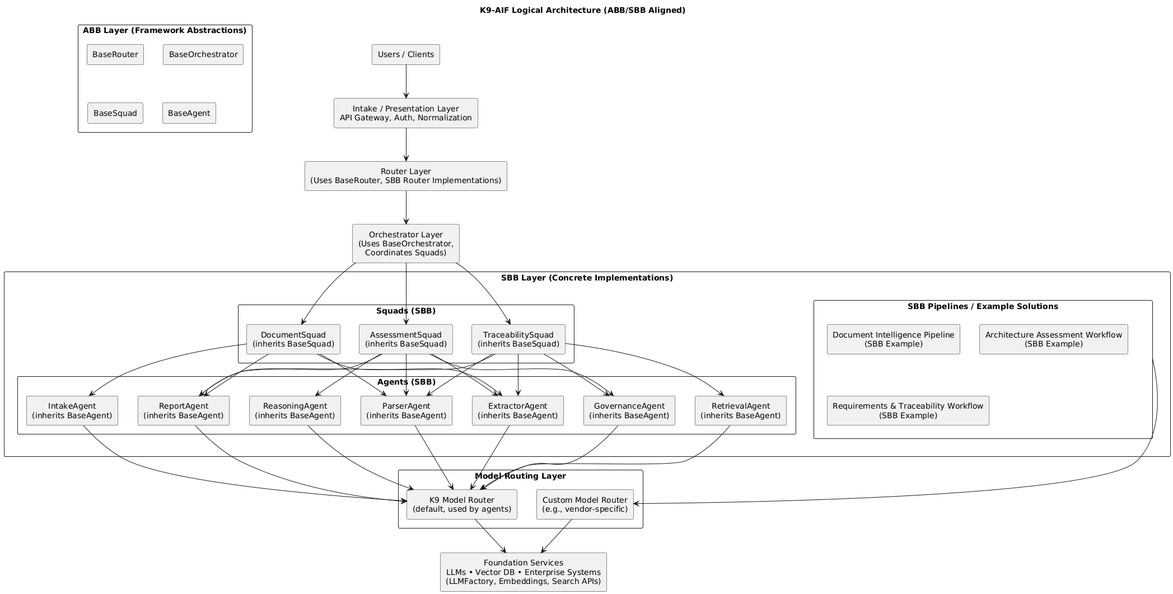
k9aif/doit keeps this PlantUML diagram as images/k9-aif-architecture.png. Above is the earlier version.
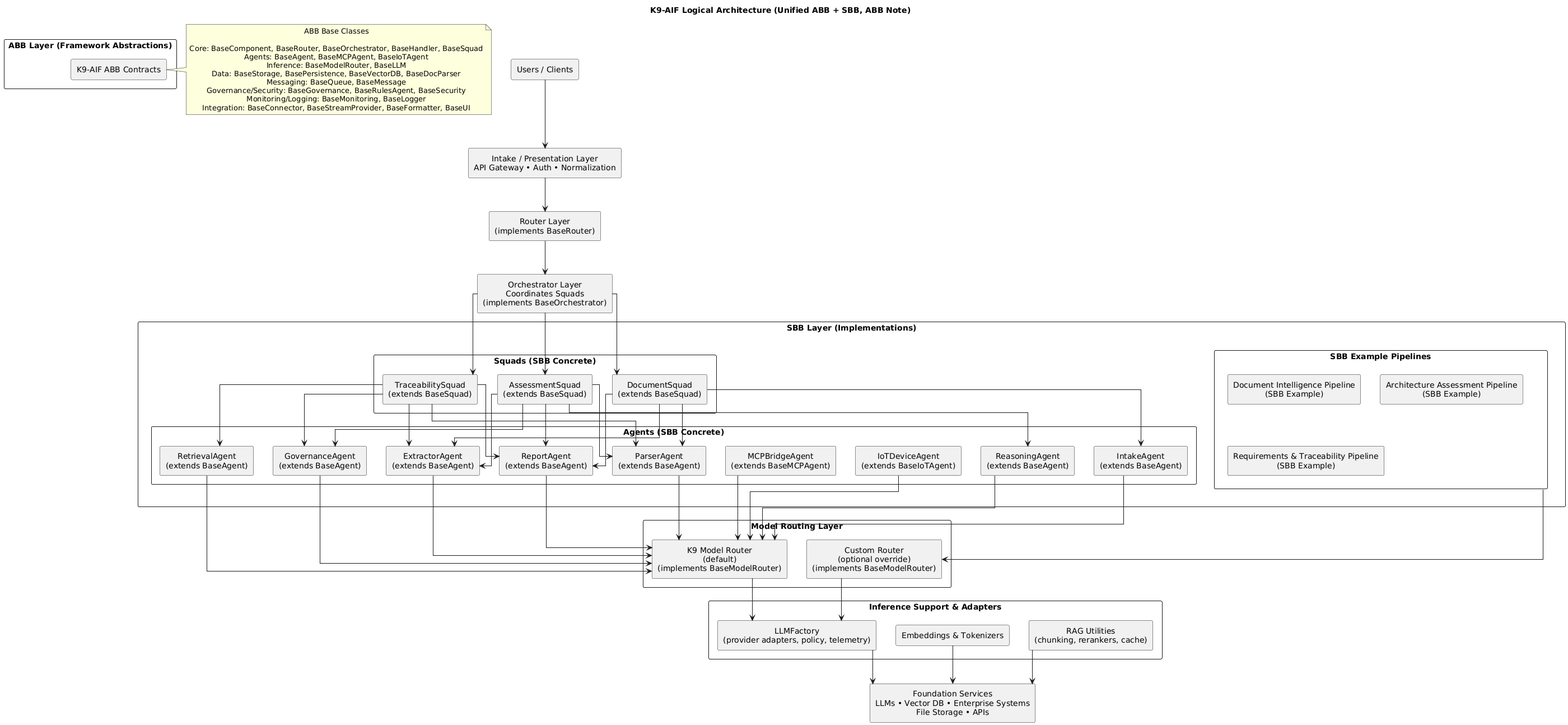
Above is the later version.

Diff of the diagram source:
```diff
@@ -3,59 +3,66 @@
 skinparam shadowing false
 skinparam defaultTextAlignment center
 skinparam packageStyle rectangle
+skinparam linetype ortho
 
-title K9‑AIF Logical Architecture (ABB/SBB Aligned)
+title K9‑AIF Logical Architecture (Unified ABB + SBB, ABB Note)
 
 rectangle "Users / Clients" as Users
-
-rectangle "Intake / Presentation Layer\nAPI Gateway, Auth, Normalization" as Intake
-
-rectangle "Router Layer\n(Uses BaseRouter, SBB Router Implementations)" as Router
-
-rectangle "Orchestrator Layer\n(Uses BaseOrchestrator,\nCoordinates Squads)" as Orchestrator
-
+rectangle "Intake / Presentation Layer\nAPI Gateway • Auth • Normalization" as Intake
+rectangle "Router Layer\n(implements BaseRouter)" as Router
+rectangle "Orchestrator Layer\nCoordinates Squads\n(implements BaseOrchestrator)" as Orchestrator
 
 package "ABB Layer (Framework Abstractions)" as ABB {
-    rectangle "BaseRouter" as ABB_Router
-    rectangle "BaseOrchestrator" as ABB_Orchestrator
-    rectangle "BaseSquad" as ABB_Squad
-    rectangle "BaseAgent" as ABB_Agent
+  rectangle "K9‑AIF ABB Contracts" as ABBContracts
+}
+note right of ABBContracts
+  ABB Base Classes
+
+  Core: BaseComponent, BaseRouter, BaseOrchestrator, BaseHandler, BaseSquad
+  Agents: BaseAgent, BaseMCPAgent, BaseIoTAgent
+  Inference: BaseModelRouter, BaseLLM
+  Data: BaseStorage, BasePersistence, BaseVectorDB, BaseDocParser
+  Messaging: BaseQueue, BaseMessage
+  Governance/Security: BaseGovernance, BaseRulesAgent, BaseSecurity
+  Monitoring/Logging: BaseMonitoring, BaseLogger
+  Integration: BaseConnector, BaseStreamProvider, BaseFormatter, BaseUI
+end note
+
+package "SBB Layer (Implementations)" as SBB {
+  package "Squads (SBB Concrete)" as SBB_Squads {
+    rectangle "DocumentSquad\n(extends BaseSquad)" as Squad1
+    rectangle "AssessmentSquad\n(extends BaseSquad)" as Squad2
+    rectangle "TraceabilitySquad\n(extends BaseSquad)" as Squad3
+  }
+  package "Agents (SBB Concrete)" as SBB_Agents {
+    rectangle "IntakeAgent\n(extends BaseAgent)" as A1
+    rectangle "ParserAgent\n(extends BaseAgent)" as A2
+    rectangle "ExtractorAgent\n(extends BaseAgent)" as A3
+    rectangle "ReasoningAgent\n(extends BaseAgent)" as A4
+    rectangle "RetrievalAgent\n(extends BaseAgent)" as A5
+    rectangle "GovernanceAgent\n(extends BaseAgent)" as A6
+    rectangle "ReportAgent\n(extends BaseAgent)" as A7
+    rectangle "MCPBridgeAgent\n(extends BaseMCPAgent)" as A_MCP
+    rectangle "IoTDeviceAgent\n(extends BaseIoTAgent)" as A_IoT
+  }
+  package "SBB Example Pipelines" as Pipelines {
+    rectangle "Document Intelligence Pipeline\n(SBB Example)" as SBB1
+    rectangle "Architecture Assessment Pipeline\n(SBB Example)" as SBB2
+    rectangle "Requirements & Traceability Pipeline\n(SBB Example)" as SBB3
+  }
 }
 
-
-package "SBB Layer (Concrete Implementations)" as SBB {
-
-    package "Squads (SBB)" as Squads {
-        rectangle "DocumentSquad\n(inherits BaseSquad)" as Squad1
-        rectangle "AssessmentSquad\n(inherits BaseSquad)" as Squad2
-        rectangle "TraceabilitySquad\n(inherits BaseSquad)" as Squad3
-    }
-
-    package "Agents (SBB)" as Agents {
-        rectangle "IntakeAgent\n(inherits BaseAgent)" as A1
-        rectangle "ParserAgent\n(inherits BaseAgent)" as A2
-        rectangle "ExtractorAgent\n(inherits BaseAgent)" as A3
-        rectangle "ReasoningAgent\n(inherits BaseAgent)" as A4
-        rectangle "RetrievalAgent\n(inherits BaseAgent)" as A5
-        rectangle "GovernanceAgent\n(inherits BaseAgent)" as A6
-        rectangle "ReportAgent\n(inherits BaseAgent)" as A7
-    }
-
-    package "SBB Pipelines / Example Solutions" as Pipelines {
-        rectangle "Document Intelligence Pipeline\n(SBB Example)" as SBB1
-        rectangle "Architecture Assessment Workflow\n(SBB Example)" as SBB2
-        rectangle "Requirements & Traceability Workflow\n(SBB Example)" as SBB3
-    }
+package "Model Routing Layer" as MR {
+    rectangle "K9 Model Router\n(default)\n(implements BaseModelRouter)" as DefaultRouter
+    rectangle "Custom Router\n(optional override)\n(implements BaseModelRouter)" as CustomRouter
 }
 
-
-package "Model Routing Layer" as MR {
-    rectangle "K9 Model Router\n(default, used by agents)" as DefaultRouter
-    rectangle "Custom Model Router\n(e.g., vendor‑specific)" as CustomRouter
+package "Inference Support & Adapters" as Support {
+  rectangle "LLMFactory\n(provider adapters, policy, telemetry)" as LLMFactory
+  rectangle "Embeddings & Tokenizers" as EmbeddingsTokenizers
+  rectangle "RAG Utilities\n(chunking, rerankers, cache)" as RAGUtilities
 }
-
-rectangle "Foundation Services\nLLMs • Vector DB • Enterprise Systems\n(LLMFactory, Embeddings, Search APIs)" as Foundation
-
+rectangle "Foundation Services\nLLMs • Vector DB • Enterprise Systems\nFile Storage • APIs" as Foundation
 
 Users --> Intake
 Intake --> Router
@@ -89,9 +96,14 @@
 A5 --> DefaultRouter
 A6 --> DefaultRouter
 A7 --> DefaultRouter
+A_MCP --> DefaultRouter
+A_IoT --> DefaultRouter
 
 Pipelines --> CustomRouter
 
-DefaultRouter --> Foundation
-CustomRouter --> Foundation
+DefaultRouter --> LLMFactory
+CustomRouter --> LLMFactory
+LLMFactory --> Foundation
+EmbeddingsTokenizers --> Foundation
+RAGUtilities --> Foundation
 @enduml
```
